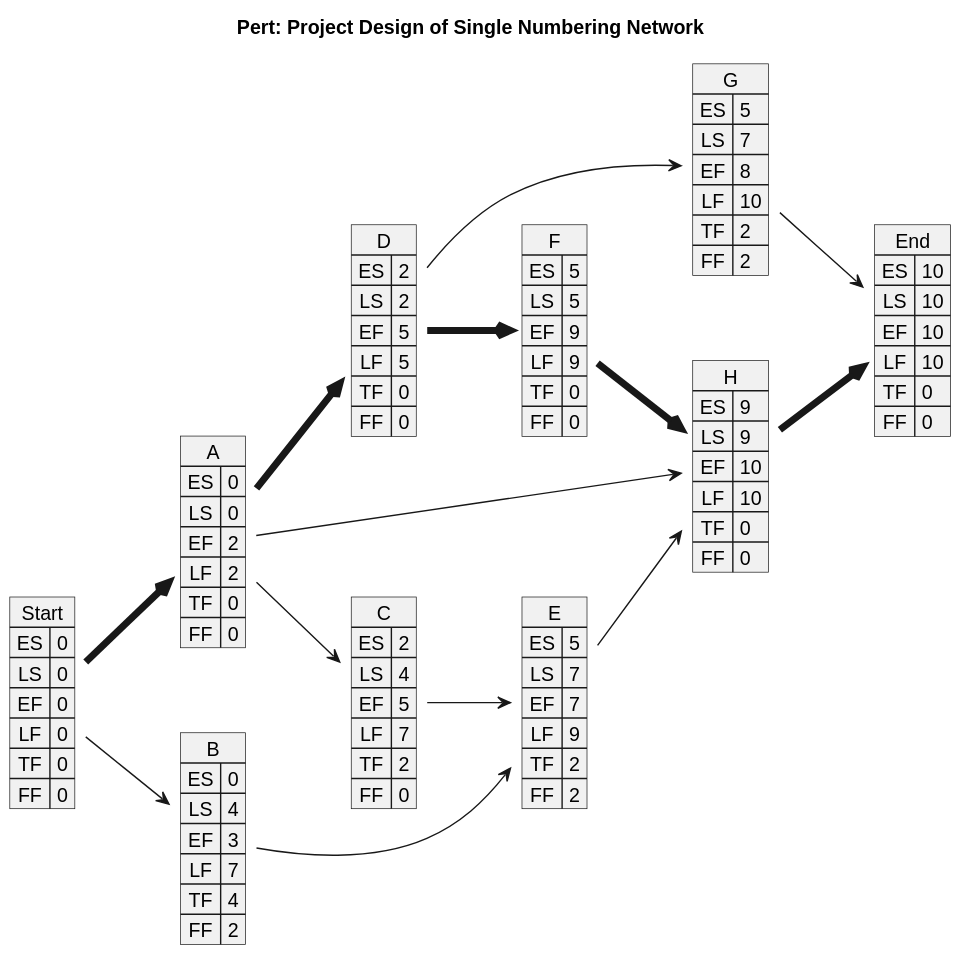
Before: __temp__/PERT_sNN.svg, a diagram exported from PlantUML (SCWM-P/PM_code_LLM_plantuml).
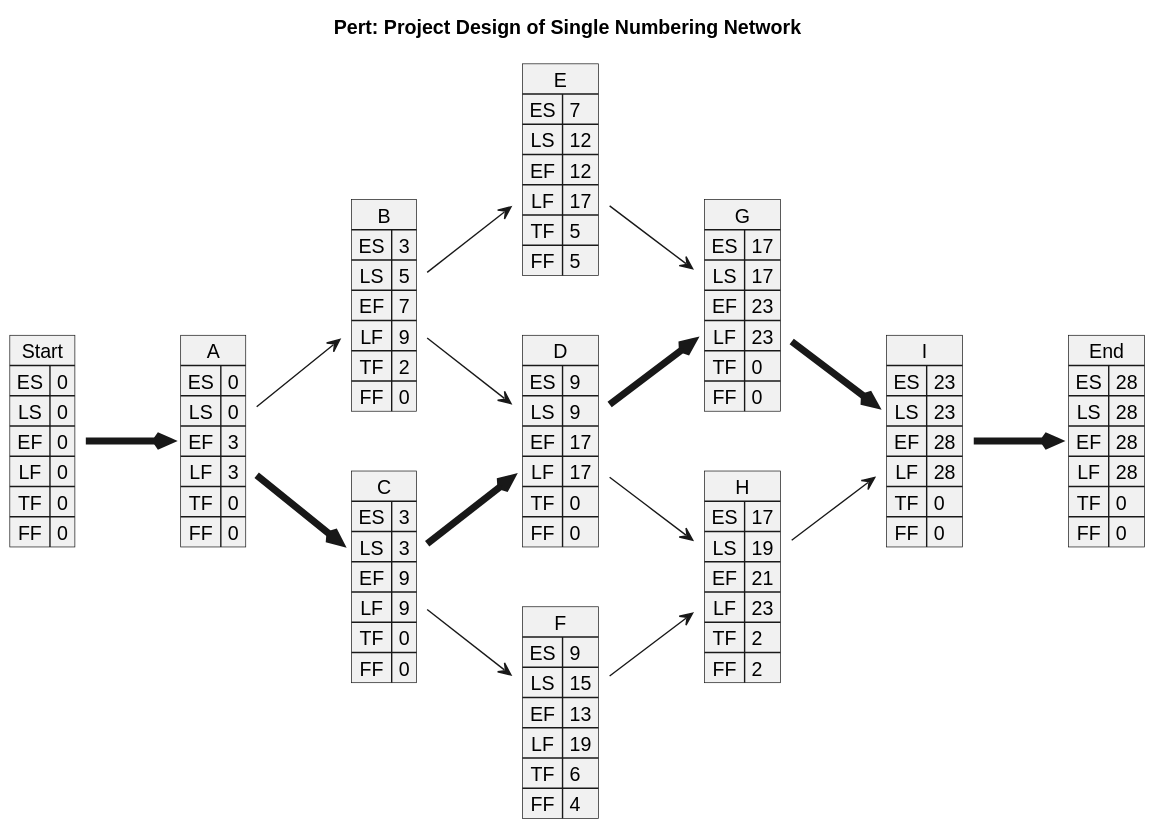
Later version of the same file.

Change to the diagram source:
```diff
@@ -12,86 +12,95 @@
 map A {
     ES => 0
     LS => 0
-    EF => 2
-    LF => 2
+    EF => 3
+    LF => 3
     TF => 0
     FF => 0
 }
 map B {
-    ES => 0
-    LS => 4
-    EF => 3
-    LF => 7
-    TF => 4
-    FF => 2
-}
-map C {
-    ES => 2
-    LS => 4
-    EF => 5
-    LF => 7
+    ES => 3
+    LS => 5
+    EF => 7
+    LF => 9
     TF => 2
     FF => 0
 }
-map D {
-    ES => 2
-    LS => 2
-    EF => 5
-    LF => 5
-    TF => 0
-    FF => 0
-}
-map E {
-    ES => 5
-    LS => 7
-    EF => 7
-    LF => 9
-    TF => 2
-    FF => 2
-}
-map F {
-    ES => 5
-    LS => 5
+map C {
+    ES => 3
+    LS => 3
     EF => 9
     LF => 9
     TF => 0
     FF => 0
 }
+map D {
+    ES => 9
+    LS => 9
+    EF => 17
+    LF => 17
+    TF => 0
+    FF => 0
+}
+map E {
+    ES => 7
+    LS => 12
+    EF => 12
+    LF => 17
+    TF => 5
+    FF => 5
+}
+map F {
+    ES => 9
+    LS => 15
+    EF => 13
+    LF => 19
+    TF => 6
+    FF => 4
+}
 map G {
-    ES => 5
-    LS => 7
-    EF => 8
-    LF => 10
+    ES => 17
+    LS => 17
+    EF => 23
+    LF => 23
+    TF => 0
+    FF => 0
+}
+map H {
+    ES => 17
+    LS => 19
+    EF => 21
+    LF => 23
     TF => 2
     FF => 2
 }
-map H {
-    ES => 9
-    LS => 9
-    EF => 10
-    LF => 10
+map I {
+    ES => 23
+    LS => 23
+    EF => 28
+    LF => 28
     TF => 0
     FF => 0
 }
 map End {
-    ES => 10
-    LS => 10
-    EF => 10
-    LF => 10
+    ES => 28
+    LS => 28
+    EF => 28
+    LF => 28
     TF => 0
     FF => 0
 }
 Start -[thickness=5]-> A
-Start --> B
-A --> C
-A -[thickness=5]-> D
+A --> B
+A -[thickness=5]-> C
+B --> D
+C -[thickness=5]-> D
 B --> E
-C --> E
-D -[thickness=5]-> F
-D --> G
-A --> H
-E --> H
-F -[thickness=5]-> H
-G --> End
-H -[thickness=5]-> End
+C --> F
+D -[thickness=5]-> G
+E --> G
+D --> H
+F --> H
+G -[thickness=5]-> I
+H --> I
+I -[thickness=5]-> End
 @enduml
```
